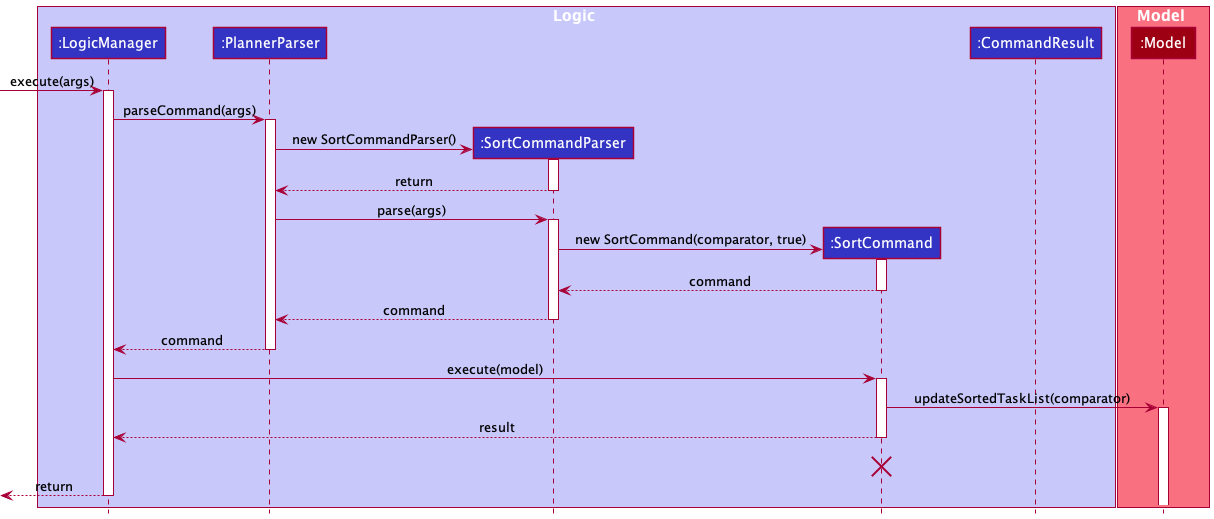
The PlantUML diagram docs/images/SortByDateSequenceDiagram.png in nus-cs2103-AY2021S2/tp, before a commit. Its diagram source:
```plantuml
@startuml
!include style.puml

box Logic LOGIC_COLOR_T1
participant ":LogicManager" as LogicManager LOGIC_COLOR
participant ":PlannerParser" as PlannerParser LOGIC_COLOR
participant ":SortCommandParser" as SortCommandParser LOGIC_COLOR
participant ":SortCommand" as SortCommand LOGIC_COLOR
participant ":CommandResult" as CommandResult LOGIC_COLOR
end box

box Model MODEL_COLOR_T1
participant ":Model" as Model MODEL_COLOR
end box

[-> LogicManager : execute(args)
activate LogicManager

LogicManager -> PlannerParser : parseCommand(args)
activate PlannerParser

create SortCommandParser
PlannerParser -> SortCommandParser : new SortCommandParser()
activate SortCommandParser

SortCommandParser --> PlannerParser : return
deactivate SortCommandParser

PlannerParser -> SortCommandParser : parse(args)
activate SortCommandParser


create SortCommand
SortCommandParser -> SortCommand : new SortCommand(comparator, true)
activate SortCommand

SortCommand --> SortCommandParser : command
deactivate SortCommand

SortCommandParser --> PlannerParser : command
deactivate SortCommandParser

PlannerParser --> LogicManager : command
deactivate PlannerParser

LogicManager -> SortCommand : execute(model)
activate SortCommand

SortCommand -> Model : updateSortedTaskList(comparator)
activate Model

SortCommand --> LogicManager : result
deactivate SortCommand

SortCommand -[hidden]-> LogicManager : result
destroy SortCommand

[<--LogicManager : return
deactivate LogicManager
@enduml
```
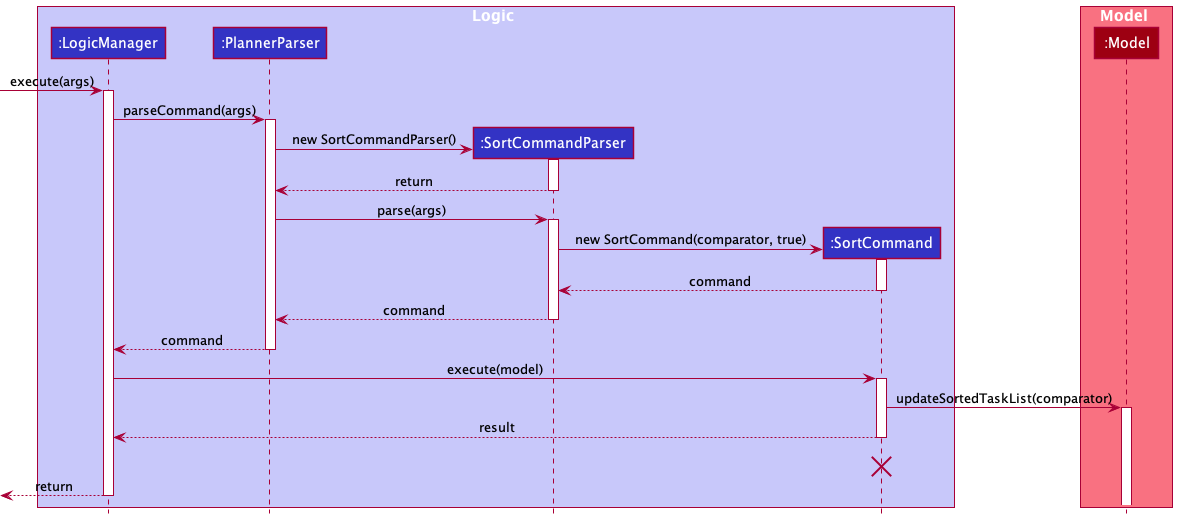
Above is the later version.

Diff of the diagram source:
```diff
@@ -6,7 +6,7 @@
 participant ":PlannerParser" as PlannerParser LOGIC_COLOR
 participant ":SortCommandParser" as SortCommandParser LOGIC_COLOR
 participant ":SortCommand" as SortCommand LOGIC_COLOR
-participant ":CommandResult" as CommandResult LOGIC_COLOR
+
 end box
 
 box Model MODEL_COLOR_T1
@@ -28,7 +28,6 @@
 
 PlannerParser -> SortCommandParser : parse(args)
 activate SortCommandParser
-
 
 create SortCommand
 SortCommandParser -> SortCommand : new SortCommand(comparator, true)
```
